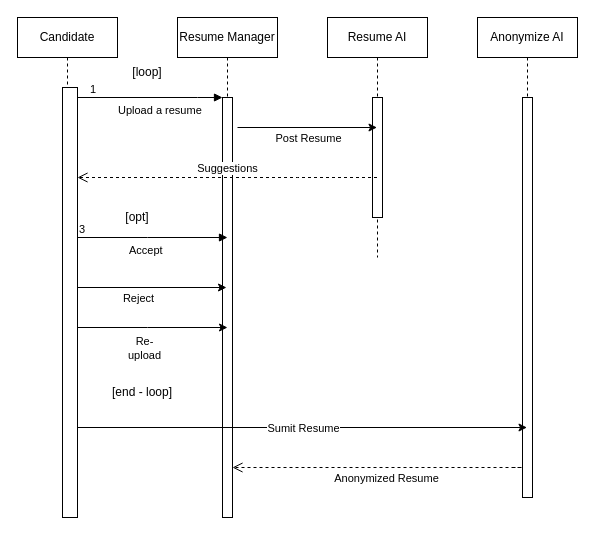
The draw.io diagram Usecases/drawio_files/candidate-submission.drawio in SK11GS/Builders-Glitch, before the edit. Source tidied: cells renumbered, new cells numbered last; positions are measured from the earlier drawing's top-left corner, leaving out a move shared by most shapes. Both pictures are drawn from the tidied source at 100%, with x=0, y=0 at pixel (17, 17).
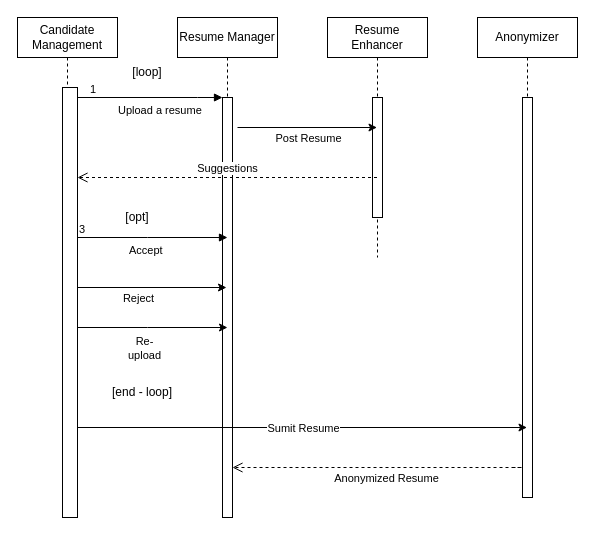
The same diagram, later.

What changed in the source:
```diff
@@
-    <mxCell id="2" value="Candidate" style="shape=umlLifeline;perimeter=lifelinePerimeter;whiteSpace=wrap;html=1;newEdgeStyle={&quot;edgeStyle&quot;:&quot;elbowEdgeStyle&quot;,&quot;elbow&quot;:&quot;vertical&quot;,&quot;curved&quot;:0,&quot;rounded&quot;:0};" parent="1" vertex="1">
+    <mxCell id="2" value="Candidate Management" style="shape=umlLifeline;perimeter=lifelinePerimeter;whiteSpace=wrap;html=1;newEdgeStyle={&quot;edgeStyle&quot;:&quot;elbowEdgeStyle&quot;,&quot;elbow&quot;:&quot;vertical&quot;,&quot;curved&quot;:0,&quot;rounded&quot;:0};" parent="1" vertex="1">
       <mxGeometry width="100" height="500" as="geometry" />
     </mxCell>
@@
-    <mxCell id="6" value="&lt;div&gt;Resume AI&lt;/div&gt;" style="shape=umlLifeline;perimeter=lifelinePerimeter;whiteSpace=wrap;html=1;outlineConnect=0;portConstraint=eastwest;newEdgeStyle={&quot;edgeStyle&quot;:&quot;elbowEdgeStyle&quot;,&quot;elbow&quot;:&quot;vertical&quot;,&quot;curved&quot;:0,&quot;rounded&quot;:0};" parent="1" vertex="1">
+    <mxCell id="6" value="&lt;div&gt;Resume Enhancer&lt;/div&gt;" style="shape=umlLifeline;perimeter=lifelinePerimeter;whiteSpace=wrap;html=1;outlineConnect=0;portConstraint=eastwest;newEdgeStyle={&quot;edgeStyle&quot;:&quot;elbowEdgeStyle&quot;,&quot;elbow&quot;:&quot;vertical&quot;,&quot;curved&quot;:0,&quot;rounded&quot;:0};" parent="1" vertex="1">
       <mxGeometry x="310" width="100" height="240" as="geometry" />
     </mxCell>
@@
-    <mxCell id="20" value="&lt;div&gt;Anonymize AI&lt;/div&gt;" style="shape=umlLifeline;perimeter=lifelinePerimeter;whiteSpace=wrap;html=1;outlineConnect=0;portConstraint=eastwest;newEdgeStyle={&quot;edgeStyle&quot;:&quot;elbowEdgeStyle&quot;,&quot;elbow&quot;:&quot;vertical&quot;,&quot;curved&quot;:0,&quot;rounded&quot;:0};" parent="1" vertex="1">
+    <mxCell id="20" value="&lt;div&gt;Anonymizer&lt;/div&gt;" style="shape=umlLifeline;perimeter=lifelinePerimeter;whiteSpace=wrap;html=1;outlineConnect=0;portConstraint=eastwest;newEdgeStyle={&quot;edgeStyle&quot;:&quot;elbowEdgeStyle&quot;,&quot;elbow&quot;:&quot;vertical&quot;,&quot;curved&quot;:0,&quot;rounded&quot;:0};" parent="1" vertex="1">
       <mxGeometry x="460" width="100" height="480" as="geometry" />
     </mxCell>
```
